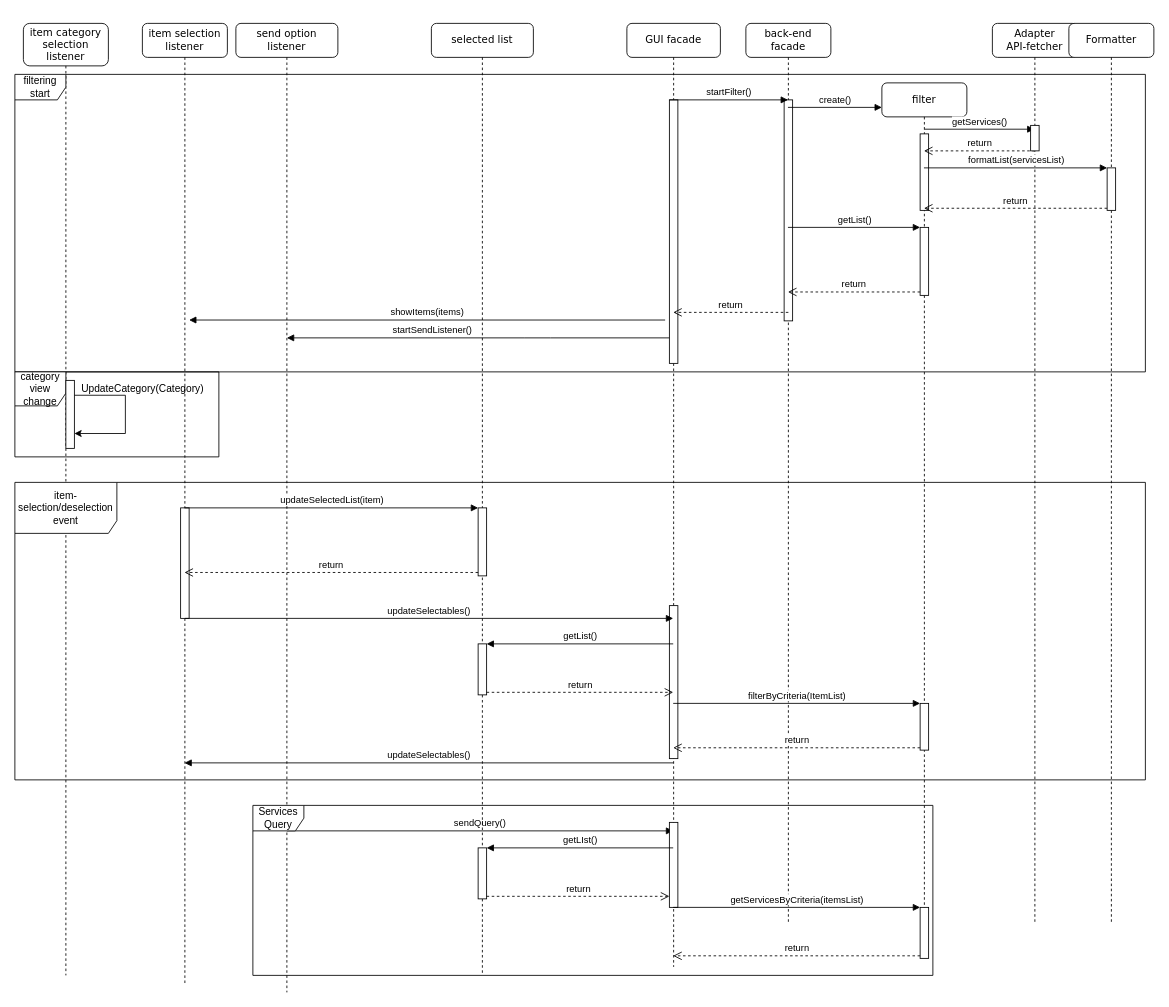
Before: documentation/behaviour/internal behaviour/Internal_behaviour.drawio in Geostartico/Trusted-list-browser, a draw.io diagram. Source tidied: cells renumbered, new cells numbered last; positions are measured from the earlier drawing's top-left corner, leaving out a move shared by most shapes. Both pictures are drawn from the tidied source at 85%, with x=0, y=0 at pixel (14, 23).
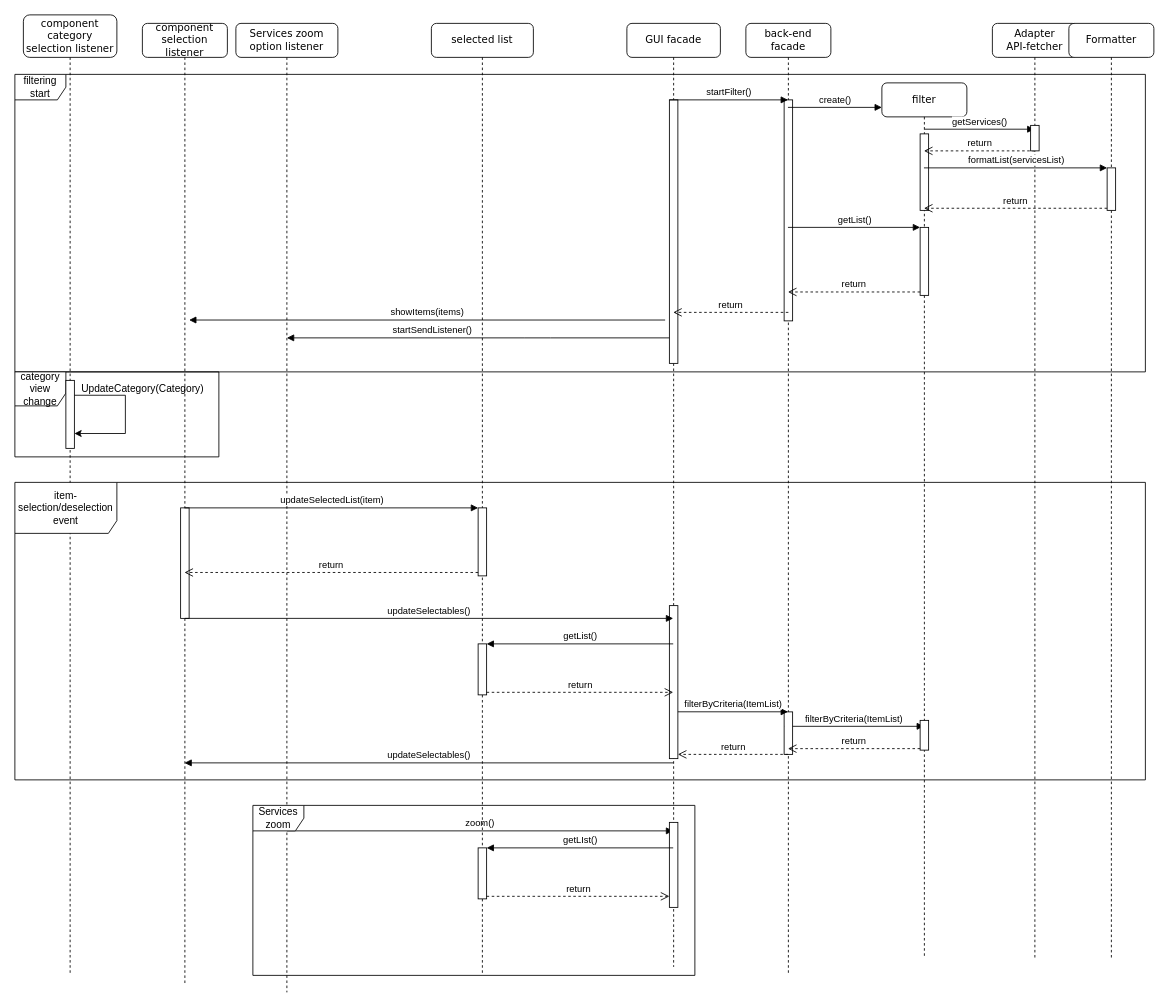
The same diagram, later.

The change refers to these unchanged cells:
```xml
<mxCell id="8" value="GUI facade" style="shape=umlLifeline;perimeter=lifelinePerimeter;whiteSpace=wrap;html=1;outlineConnect=0;rounded=1;shadow=0;comic=0;labelBackgroundColor=none;strokeWidth=1;fontFamily=Verdana;fontSize=12;align=center;" parent="1" vertex="1">
  <mxGeometry x="720" width="110" height="1110" as="geometry" />
</mxCell>
<mxCell id="10" style="html=1;points=[];perimeter=orthogonalPerimeter;" parent="8" vertex="1">
  <mxGeometry x="50" y="685" width="10" height="180" as="geometry" />
</mxCell>
<mxCell id="14" value="filter" style="shape=umlLifeline;perimeter=lifelinePerimeter;whiteSpace=wrap;html=1;outlineConnect=0;rounded=1;shadow=0;comic=0;labelBackgroundColor=none;strokeWidth=1;fontFamily=Verdana;fontSize=12;align=center;" parent="1" vertex="1">
  <mxGeometry x="1020" y="70" width="100" height="1030" as="geometry" />
</mxCell>
```

Change to the diagram source:
```diff
@@
-    <mxCell id="2" value="send option listener" style="shape=umlLifeline;perimeter=lifelinePerimeter;whiteSpace=wrap;html=1;rounded=1;shadow=0;comic=0;labelBackgroundColor=none;strokeWidth=1;fontFamily=Verdana;fontSize=12;align=center;" parent="1" vertex="1">
+    <mxCell id="2" value="Services zoom option listener" style="shape=umlLifeline;perimeter=lifelinePerimeter;whiteSpace=wrap;html=1;rounded=1;shadow=0;comic=0;labelBackgroundColor=none;strokeWidth=1;fontFamily=Verdana;fontSize=12;align=center;" parent="1" vertex="1">
       <mxGeometry x="260" width="120" height="1140" as="geometry" />
     </mxCell>
-    <mxCell id="3" value="sendQuery()" style="html=1;verticalAlign=bottom;endArrow=block;rounded=0;" parent="2" edge="1" target="8">
+    <mxCell id="3" value="zoom()" style="html=1;verticalAlign=bottom;endArrow=block;rounded=0;" parent="2" edge="1" target="8">
       <mxGeometry relative="1" as="geometry">
         <mxPoint x="60" y="950" as="sourcePoint" />
       </mxGeometry>
     </mxCell>
@@
     <mxCell id="12" value="back-end facade" style="shape=umlLifeline;perimeter=lifelinePerimeter;whiteSpace=wrap;html=1;outlineConnect=0;rounded=1;shadow=0;comic=0;labelBackgroundColor=none;strokeWidth=1;fontFamily=Verdana;fontSize=12;align=center;" parent="1" vertex="1">
-      <mxGeometry x="860" width="100" height="1060" as="geometry" />
+      <mxGeometry x="860" width="100" height="1120" as="geometry" />
     </mxCell>
@@
+    <mxCell id="56" value="filterByCriteria(ItemList)" style="html=1;verticalAlign=bottom;endArrow=block;rounded=0;" parent="12" edge="1" target="14">
+      <mxGeometry relative="1" as="geometry">
+        <mxPoint x="45" y="827" as="sourcePoint" />
+      </mxGeometry>
+    </mxCell>
+    <mxCell id="57" style="html=1;perimeter=orthogonalPerimeter;" parent="12" vertex="1">
+      <mxGeometry x="45" y="810" width="10" height="50" as="geometry" />
+    </mxCell>
@@
     <mxCell id="18" style="html=1;points=[];perimeter=orthogonalPerimeter;" parent="14" vertex="1">
-      <mxGeometry x="45" y="730" width="10" height="55" as="geometry" />
+      <mxGeometry x="45" y="750" width="10" height="35" as="geometry" />
     </mxCell>
-    <mxCell id="19" style="html=1;points=[];perimeter=orthogonalPerimeter;" parent="14" vertex="1">
-      <mxGeometry x="45" y="970" width="10" height="60" as="geometry" />
-    </mxCell>
     <mxCell id="20" value="&lt;div&gt;Adapter&lt;/div&gt;&lt;div&gt;API-fetcher&lt;/div&gt;" style="shape=umlLifeline;perimeter=lifelinePerimeter;whiteSpace=wrap;html=1;outlineConnect=0;rounded=1;shadow=0;comic=0;labelBackgroundColor=none;strokeWidth=1;fontFamily=Verdana;fontSize=12;align=center;" parent="1" vertex="1">
-      <mxGeometry x="1150" width="100" height="1060" as="geometry" />
+      <mxGeometry x="1150" width="100" height="1100" as="geometry" />
     </mxCell>
-    <mxCell id="21" value="item selection listener" style="shape=umlLifeline;perimeter=lifelinePerimeter;whiteSpace=wrap;html=1;outlineConnect=0;rounded=1;shadow=0;comic=0;labelBackgroundColor=none;strokeWidth=1;fontFamily=Verdana;fontSize=12;align=center;" parent="1" vertex="1">
+    <mxCell id="21" value="component selection listener" style="shape=umlLifeline;perimeter=lifelinePerimeter;whiteSpace=wrap;html=1;outlineConnect=0;rounded=1;shadow=0;comic=0;labelBackgroundColor=none;strokeWidth=1;fontFamily=Verdana;fontSize=12;align=center;" parent="1" vertex="1">
       <mxGeometry x="150" width="100" height="1130" as="geometry" />
     </mxCell>
@@
     <mxCell id="27" value="Formatter" style="shape=umlLifeline;perimeter=lifelinePerimeter;whiteSpace=wrap;html=1;rounded=1;shadow=0;comic=0;labelBackgroundColor=none;strokeWidth=1;fontFamily=Verdana;fontSize=12;align=center;" parent="1" vertex="1">
-      <mxGeometry x="1240" width="100" height="1060" as="geometry" />
+      <mxGeometry x="1240" width="100" height="1100" as="geometry" />
     </mxCell>
@@
-    <mxCell id="33" value="item category selection listener" style="shape=umlLifeline;perimeter=lifelinePerimeter;whiteSpace=wrap;html=1;rounded=1;shadow=0;comic=0;labelBackgroundColor=none;strokeWidth=1;fontFamily=Verdana;fontSize=12;align=center;size=50;" parent="1" vertex="1">
-      <mxGeometry x="10" width="100" height="1120" as="geometry" />
+    <mxCell id="33" value="component category selection listener" style="shape=umlLifeline;perimeter=lifelinePerimeter;whiteSpace=wrap;html=1;rounded=1;shadow=0;comic=0;labelBackgroundColor=none;strokeWidth=1;fontFamily=Verdana;fontSize=12;align=center;size=50;" parent="1" vertex="1">
+      <mxGeometry x="10" y="-10" width="110" height="1130" as="geometry" />
     </mxCell>
@@
-    <mxCell id="45" value="filterByCriteria(ItemList)" style="html=1;verticalAlign=bottom;endArrow=block;entryX=0;entryY=0;rounded=0;" parent="1" edge="1" source="8" target="18">
+    <mxCell id="45" value="filterByCriteria(ItemList)" style="html=1;verticalAlign=bottom;endArrow=block;rounded=0;exitX=1;exitY=0.694;exitDx=0;exitDy=0;exitPerimeter=0;" parent="1" edge="1" source="10" target="12">
       <mxGeometry relative="1" as="geometry" />
     </mxCell>
-    <mxCell id="46" value="return" style="html=1;verticalAlign=bottom;endArrow=open;dashed=1;endSize=8;exitX=0;exitY=0.95;rounded=0;" parent="1" edge="1" source="18" target="8">
+    <mxCell id="46" value="return" style="html=1;verticalAlign=bottom;endArrow=open;dashed=1;endSize=8;exitX=0;exitY=0.95;rounded=0;" parent="1" edge="1" source="18" target="12">
       <mxGeometry relative="1" as="geometry" />
     </mxCell>
@@
-    <mxCell id="51" value="return" style="html=1;verticalAlign=bottom;endArrow=open;dashed=1;endSize=8;exitX=0;exitY=0.95;rounded=0;" parent="1" edge="1" source="19" target="8">
-      <mxGeometry relative="1" as="geometry" />
-    </mxCell>
-    <mxCell id="52" value="getServicesByCriteria(itemsList)" style="html=1;verticalAlign=bottom;endArrow=block;entryX=0;entryY=0;rounded=0;" parent="1" edge="1" source="8" target="19">
-      <mxGeometry relative="1" as="geometry" />
-    </mxCell>
-    <mxCell id="53" value="Services Query" style="shape=umlFrame;whiteSpace=wrap;html=1;" parent="1" vertex="1">
-      <mxGeometry x="280" y="920" width="800" height="200" as="geometry" />
+    <mxCell id="53" value="Services zoom" style="shape=umlFrame;whiteSpace=wrap;html=1;" parent="1" vertex="1">
+      <mxGeometry x="280" y="920" width="520" height="200" as="geometry" />
     </mxCell>
@@
+    <mxCell id="51" value="return" style="html=1;verticalAlign=bottom;endArrow=open;dashed=1;endSize=8;rounded=0;" parent="1" edge="1" source="12">
+      <mxGeometry relative="1" as="geometry">
+        <mxPoint x="780" y="860" as="targetPoint" />
+      </mxGeometry>
+    </mxCell>
```
